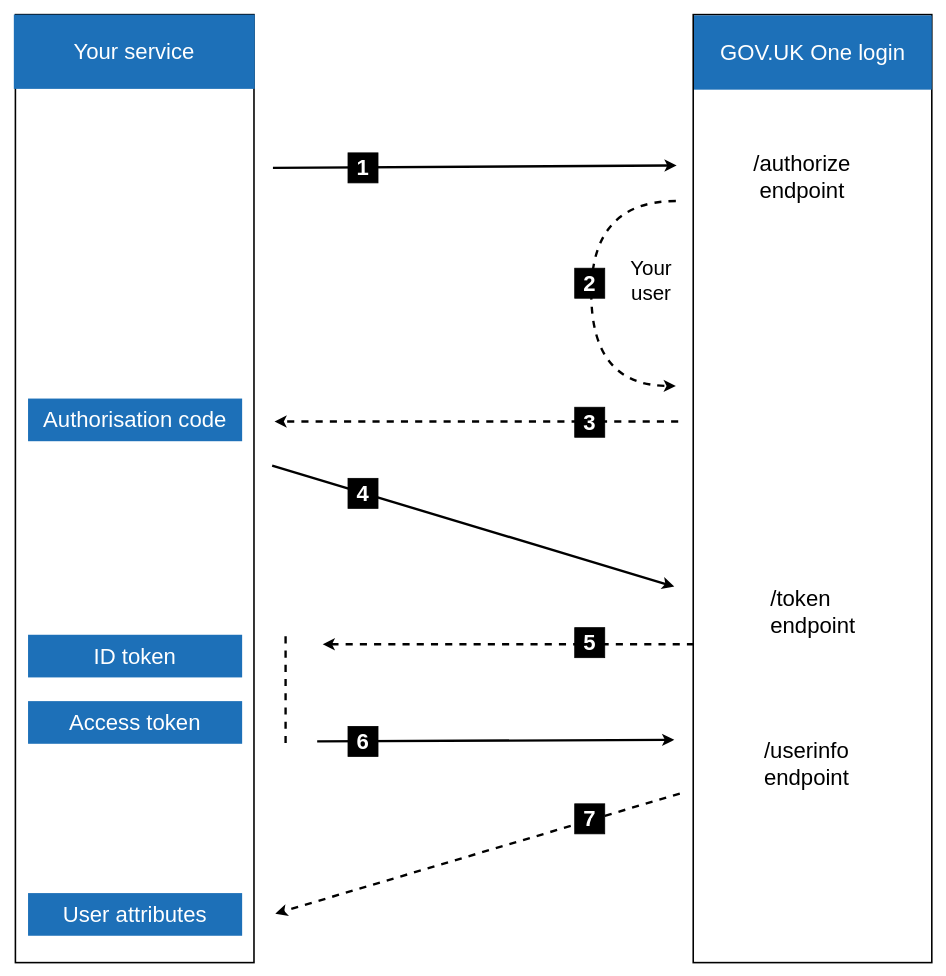
govuk-one-login/tech-docs keeps this draw.io diagram as source/images/originals/technical-flow-diagram.drawio. Above is the earlier version. Source tidied: cells renumbered, new cells numbered last; positions are measured from the earlier drawing's top-left corner, leaving out a move shared by most shapes. Both pictures are drawn from the tidied source at 79%, with x=0, y=0 at pixel (13, 14).
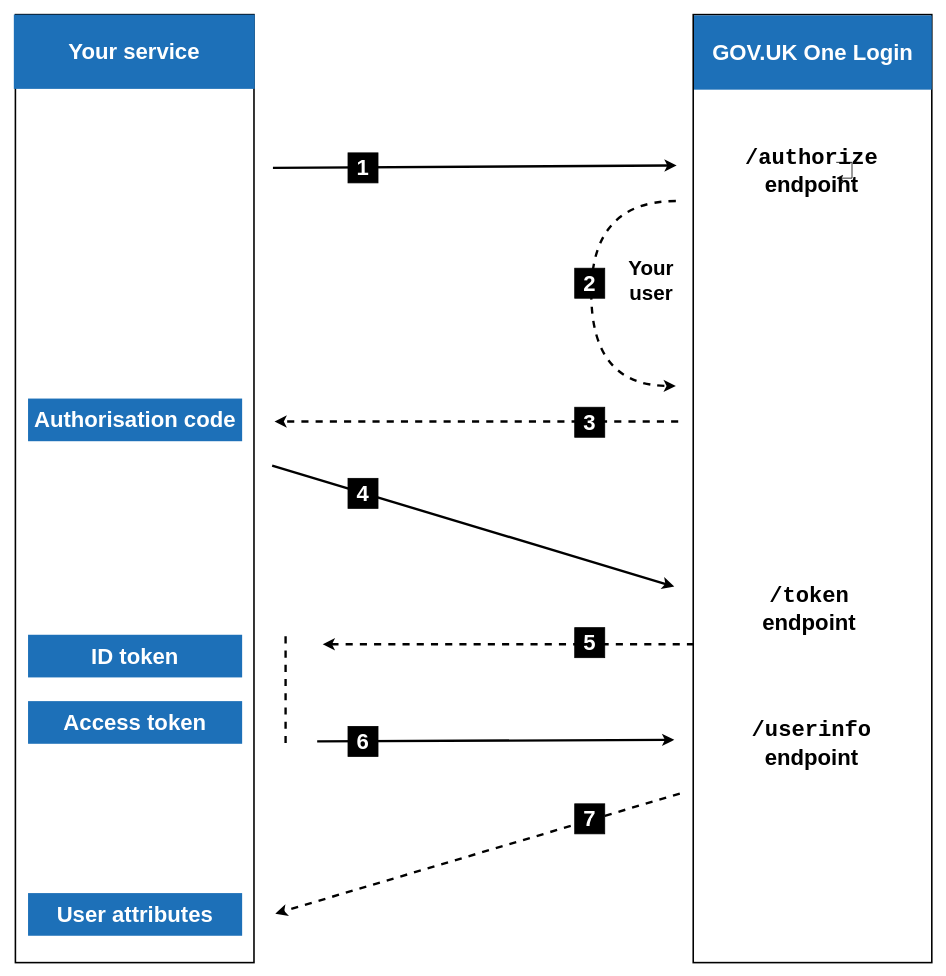
The same page after the edit.

Commit message (it also covers changes not shown here):
incorporate more feedback on the diagram

- align endpoint text to the centre
- make endpoints courier font, this is intentional as the endpoints are intended to appear as code text)
- Capitalise Login
- Bold all text

The edit, as a diff of the source:
```diff
@@
-    <mxCell id="4" value="Your service" style="rounded=0;whiteSpace=wrap;html=1;strokeWidth=2;fillColor=#1D70B8;fontSize=28;fontStyle=0;fontColor=#FFFFFF;strokeColor=none;" parent="1" vertex="1">
+    <mxCell id="4" value="Your service" style="rounded=0;whiteSpace=wrap;html=1;strokeWidth=2;fillColor=#1D70B8;fontSize=28;fontStyle=1;fontColor=#FFFFFF;strokeColor=none;" parent="1" vertex="1">
       <mxGeometry width="305" height="94" as="geometry" />
     </mxCell>
-    <mxCell id="5" value="Authoris&lt;span style=&quot;background-color: initial;&quot;&gt;ation code&lt;/span&gt;" style="rounded=0;whiteSpace=wrap;html=1;strokeWidth=2;fillColor=#1D70B8;fontSize=28;strokeColor=none;fontColor=#FFFFFF;fontStyle=0;" parent="1" vertex="1">
+    <mxCell id="5" value="Authoris&lt;span style=&quot;background-color: initial;&quot;&gt;ation code&lt;/span&gt;" style="rounded=0;whiteSpace=wrap;html=1;strokeWidth=2;fillColor=#1D70B8;fontSize=28;strokeColor=none;fontColor=#FFFFFF;fontStyle=1;" parent="1" vertex="1">
       <mxGeometry x="18" y="486" width="271" height="54" as="geometry" />
     </mxCell>
-    <mxCell id="6" value="ID token" style="rounded=0;whiteSpace=wrap;html=1;strokeWidth=2;fillColor=#1D70B8;fontSize=28;fontColor=#FFFFFF;strokeColor=none;fontStyle=0;" parent="1" vertex="1">
+    <mxCell id="6" value="ID token" style="rounded=0;whiteSpace=wrap;html=1;strokeWidth=2;fillColor=#1D70B8;fontSize=28;fontColor=#FFFFFF;strokeColor=none;fontStyle=1;" parent="1" vertex="1">
       <mxGeometry x="18" y="785" width="271" height="54" as="geometry" />
     </mxCell>
-    <mxCell id="7" value="Access token" style="rounded=0;whiteSpace=wrap;html=1;strokeWidth=2;fillColor=#1D70B8;fontSize=28;fontColor=#FFFFFF;strokeColor=none;fontStyle=0;" parent="1" vertex="1">
+    <mxCell id="7" value="Access token" style="rounded=0;whiteSpace=wrap;html=1;strokeWidth=2;fillColor=#1D70B8;fontSize=28;fontColor=#FFFFFF;strokeColor=none;fontStyle=1;" parent="1" vertex="1">
       <mxGeometry x="18" y="869" width="271" height="54" as="geometry" />
     </mxCell>
-    <mxCell id="8" value="User attributes" style="rounded=0;whiteSpace=wrap;html=1;strokeWidth=2;fillColor=#1D70B8;fontSize=28;fontColor=#FFFFFF;strokeColor=none;fontStyle=0;" parent="1" vertex="1">
+    <mxCell id="8" value="User attributes" style="rounded=0;whiteSpace=wrap;html=1;strokeWidth=2;fillColor=#1D70B8;fontSize=28;fontColor=#FFFFFF;strokeColor=none;fontStyle=1;" parent="1" vertex="1">
       <mxGeometry x="18" y="1112" width="271" height="54" as="geometry" />
     </mxCell>
@@
-    <mxCell id="10" value="GOV.UK One login" style="rounded=0;whiteSpace=wrap;html=1;strokeWidth=2;fillColor=#1D70B8;fontSize=28;fontStyle=0;fontColor=#FFFFFF;strokeColor=none;" parent="1" vertex="1">
+    <mxCell id="10" value="GOV.UK One Login" style="rounded=0;whiteSpace=wrap;html=1;strokeWidth=2;fillColor=#1D70B8;fontSize=28;fontStyle=1;fontColor=#FFFFFF;strokeColor=none;" parent="1" vertex="1">
       <mxGeometry x="861" y="1" width="301" height="94" as="geometry" />
     </mxCell>
-    <mxCell id="11" value="/authorize&lt;div&gt;endpoint&lt;/div&gt;" style="text;html=1;align=center;verticalAlign=middle;whiteSpace=wrap;rounded=0;fontSize=28;fontFamily=Helvetica;fontStyle=0;" parent="1" vertex="1">
-      <mxGeometry x="968" y="191" width="60" height="30" as="geometry" />
+    <mxCell id="11" value="&lt;font face=&quot;Courier New&quot;&gt;/authorize&lt;/font&gt;&lt;div&gt;endpoint&lt;/div&gt;" style="text;html=1;align=center;verticalAlign=middle;whiteSpace=wrap;rounded=0;fontSize=28;fontFamily=Helvetica;fontStyle=1;" parent="1" vertex="1">
+      <mxGeometry x="979" y="182" width="62" height="30" as="geometry" />
     </mxCell>
-    <mxCell id="12" value="&lt;div style=&quot;&quot;&gt;&lt;span style=&quot;background-color: initial;&quot;&gt;/token&lt;/span&gt;&lt;/div&gt;&lt;div style=&quot;&quot;&gt;endpoint&lt;/div&gt;" style="text;html=1;align=left;verticalAlign=middle;whiteSpace=wrap;rounded=0;fontSize=28;fontFamily=Helvetica;fontStyle=0;" parent="1" vertex="1">
-      <mxGeometry x="956" y="741" width="60" height="30" as="geometry" />
+    <mxCell id="12" value="&lt;div style=&quot;&quot;&gt;&lt;span style=&quot;background-color: initial;&quot;&gt;&lt;font face=&quot;Courier New&quot;&gt;/token&lt;/font&gt;&lt;/span&gt;&lt;/div&gt;&lt;div style=&quot;&quot;&gt;endpoint&lt;/div&gt;" style="text;html=1;align=center;verticalAlign=middle;whiteSpace=wrap;rounded=0;fontSize=28;fontFamily=Helvetica;fontStyle=1;" parent="1" vertex="1">
+      <mxGeometry x="977" y="737" width="60" height="30" as="geometry" />
     </mxCell>
-    <mxCell id="13" value="&lt;div style=&quot;&quot;&gt;&lt;span style=&quot;background-color: initial;&quot;&gt;/userinfo&lt;/span&gt;&lt;/div&gt;&lt;div style=&quot;&quot;&gt;&lt;span style=&quot;background-color: initial;&quot;&gt;endpoint&lt;/span&gt;&lt;/div&gt;" style="text;html=1;align=left;verticalAlign=middle;whiteSpace=wrap;rounded=0;fontSize=28;fontFamily=Helvetica;fontStyle=0;" parent="1" vertex="1">
-      <mxGeometry x="948" y="934" width="60" height="30" as="geometry" />
+    <mxCell id="13" value="&lt;div style=&quot;&quot;&gt;&lt;span style=&quot;background-color: initial;&quot;&gt;&lt;font face=&quot;Courier New&quot;&gt;/userinfo&lt;/font&gt;&lt;/span&gt;&lt;/div&gt;&lt;div style=&quot;&quot;&gt;&lt;span style=&quot;background-color: initial;&quot;&gt;endpoint&lt;/span&gt;&lt;/div&gt;" style="text;html=1;align=center;verticalAlign=middle;whiteSpace=wrap;rounded=0;fontSize=28;fontFamily=Helvetica;fontStyle=1;" parent="1" vertex="1">
+      <mxGeometry x="980" y="907" width="60" height="30" as="geometry" />
     </mxCell>
@@
-    <mxCell id="28" value="Your&lt;div style=&quot;font-size: 26px;&quot;&gt;user&lt;/div&gt;" style="text;html=1;align=center;verticalAlign=middle;whiteSpace=wrap;rounded=0;fontSize=26;" parent="1" vertex="1">
+    <mxCell id="28" value="Your&lt;div style=&quot;font-size: 26px;&quot;&gt;user&lt;/div&gt;" style="text;html=1;align=center;verticalAlign=middle;whiteSpace=wrap;rounded=0;fontSize=26;fontStyle=1;" parent="1" vertex="1">
       <mxGeometry x="777" y="322" width="60" height="30" as="geometry" />
     </mxCell>
+    <mxCell id="29" style="edgeStyle=orthogonalEdgeStyle;rounded=0;orthogonalLoop=1;jettySize=auto;html=1;fontStyle=1;" parent="1" edge="1" source="11" target="11">
+      <mxGeometry relative="1" as="geometry" />
+    </mxCell>
```
